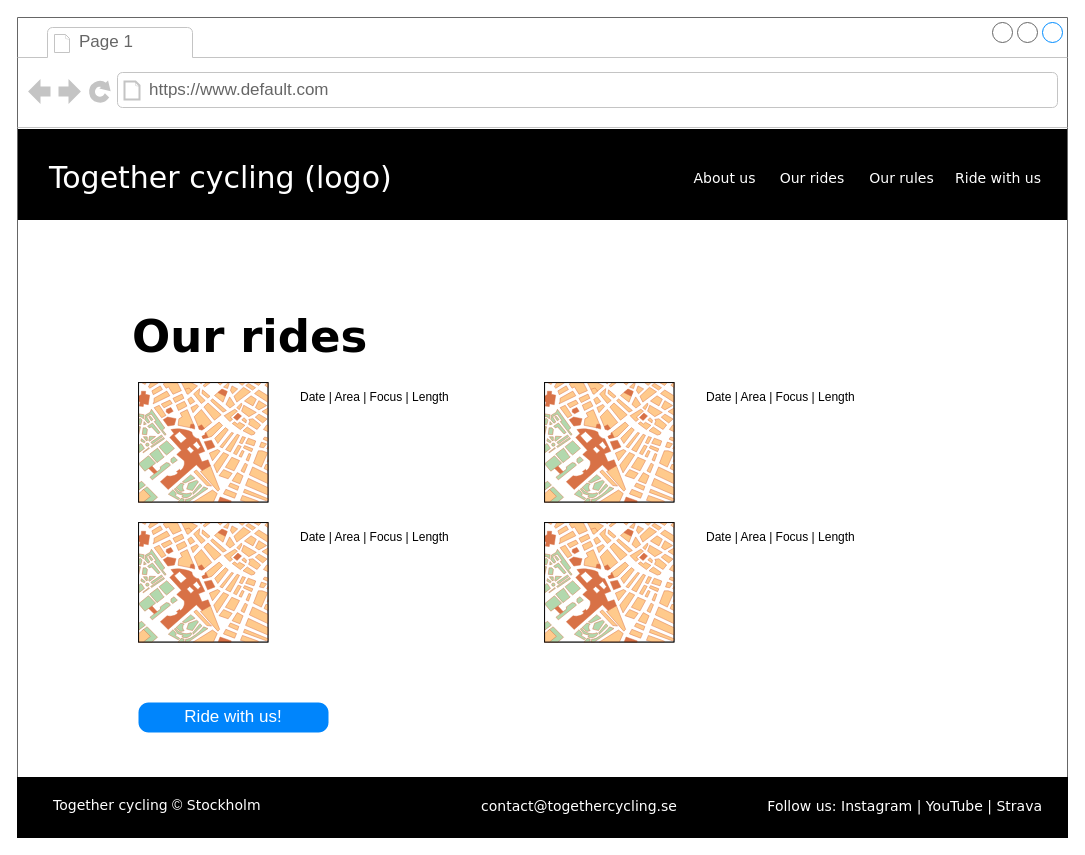
Before: page "Our rides" (3 of 6) of Together-cycling.drawio in CharlottaG/Together-Cycling, a draw.io diagram. Source tidied: cells renumbered, new cells numbered last; positions are measured from the earlier drawing's top-left corner, leaving out a move shared by most shapes. Both pictures are drawn from the tidied source at 100%, with x=0, y=0 at pixel (17, 17).
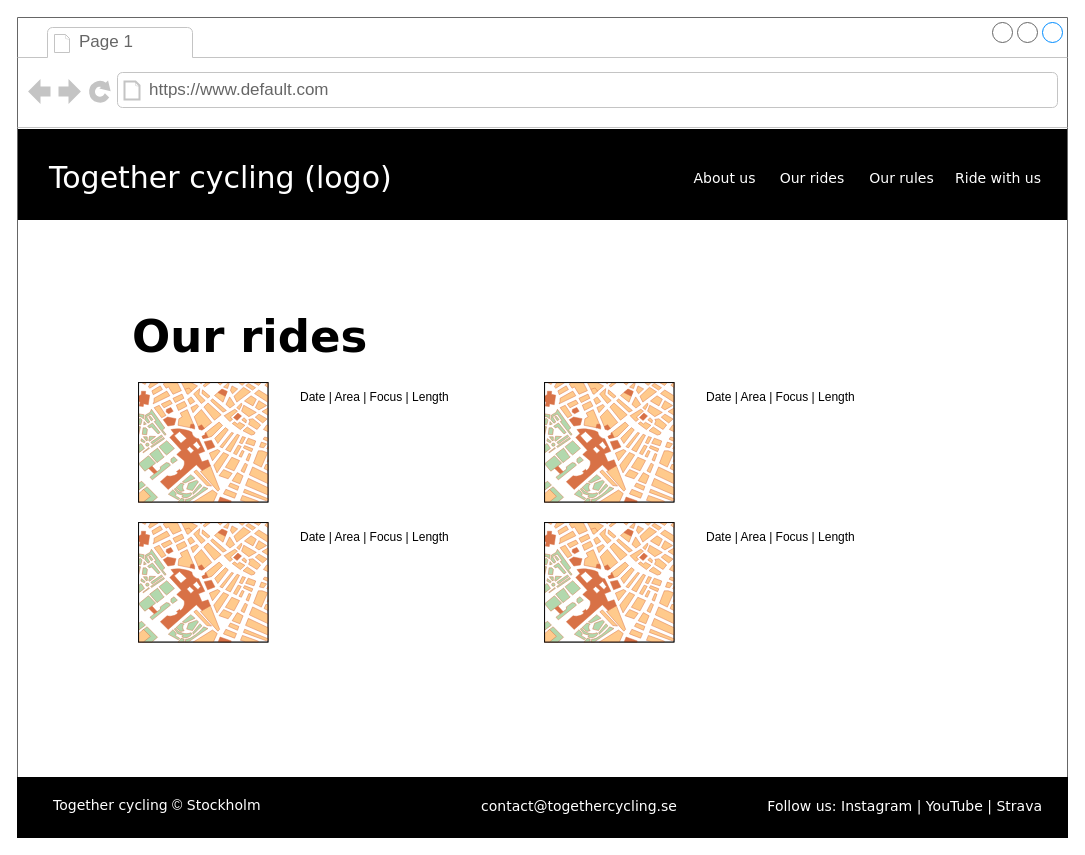
The same page after the edit.

Unchanged cells that the change refers to:
```xml
<mxCell id="2" style="strokeWidth=1;shadow=0;dashed=0;align=center;html=1;shape=mxgraph.mockup.containers.browserWindow;rSize=0;strokeColor=#666666;mainText=,;rounded=0;labelBackgroundColor=none;fontFamily=Verdana;fontSize=12;" parent="1" vertex="1">
  <mxGeometry width="1050" height="815" as="geometry" />
</mxCell>
```

What changed in the source:
```diff
@@
-    <mxCell id="18" value="Ride with us!" style="strokeWidth=1;shadow=0;dashed=0;align=center;html=1;shape=mxgraph.mockup.buttons.button;strokeColor=none;mainText=;buttonStyle=round;fontSize=17;fontStyle=0;fillColor=#0085FC;whiteSpace=wrap;rounded=0;labelBackgroundColor=none;fontColor=#FFFFFF;" parent="2" vertex="1">
-      <mxGeometry x="121" y="685" width="190" height="30" as="geometry" />
-    </mxCell>
```
